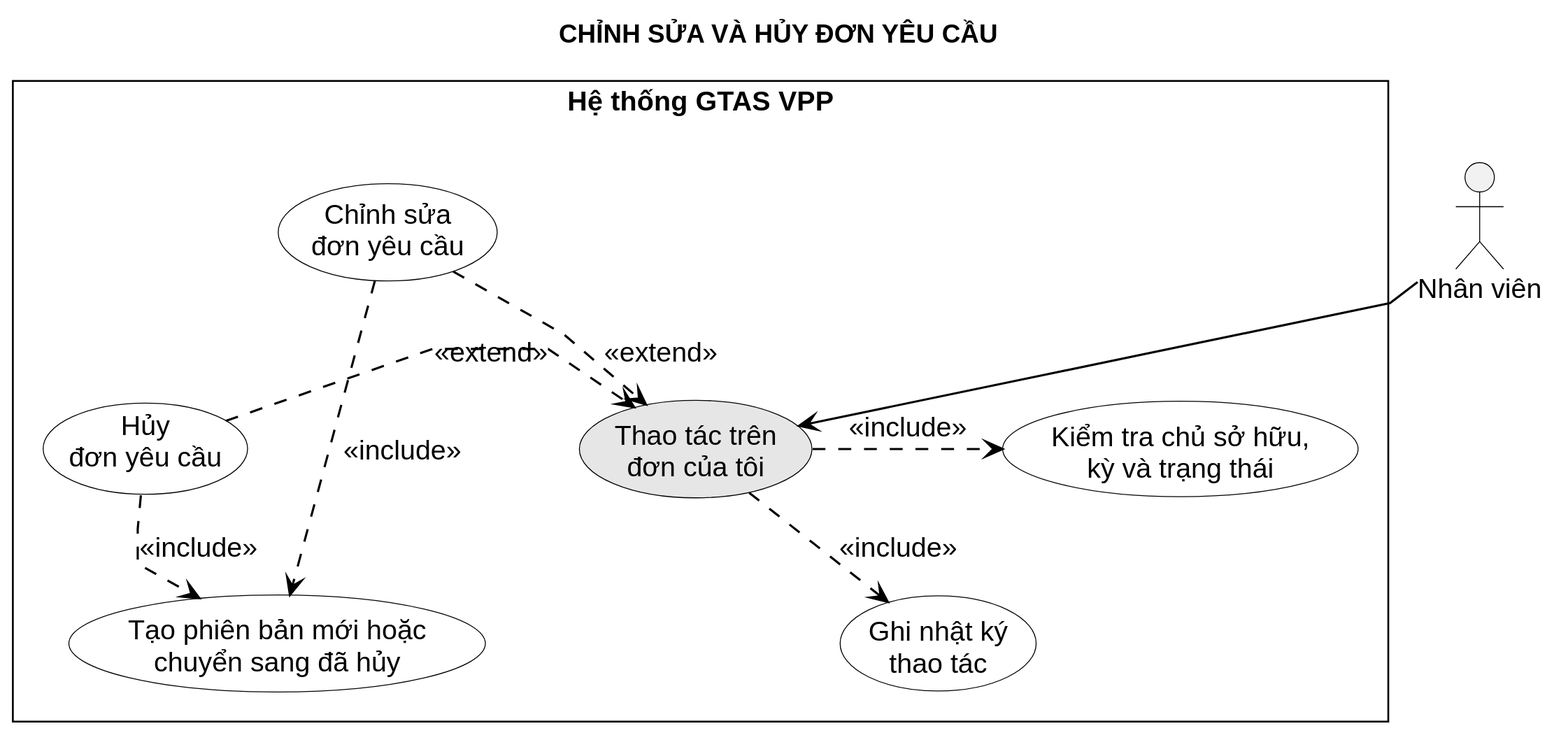
This is LVTN/diagrams/ch03/use-case-edit-cancel-request.svg from Miikey24s/gtas_vpp, a PlantUML export, as it was before one commit.
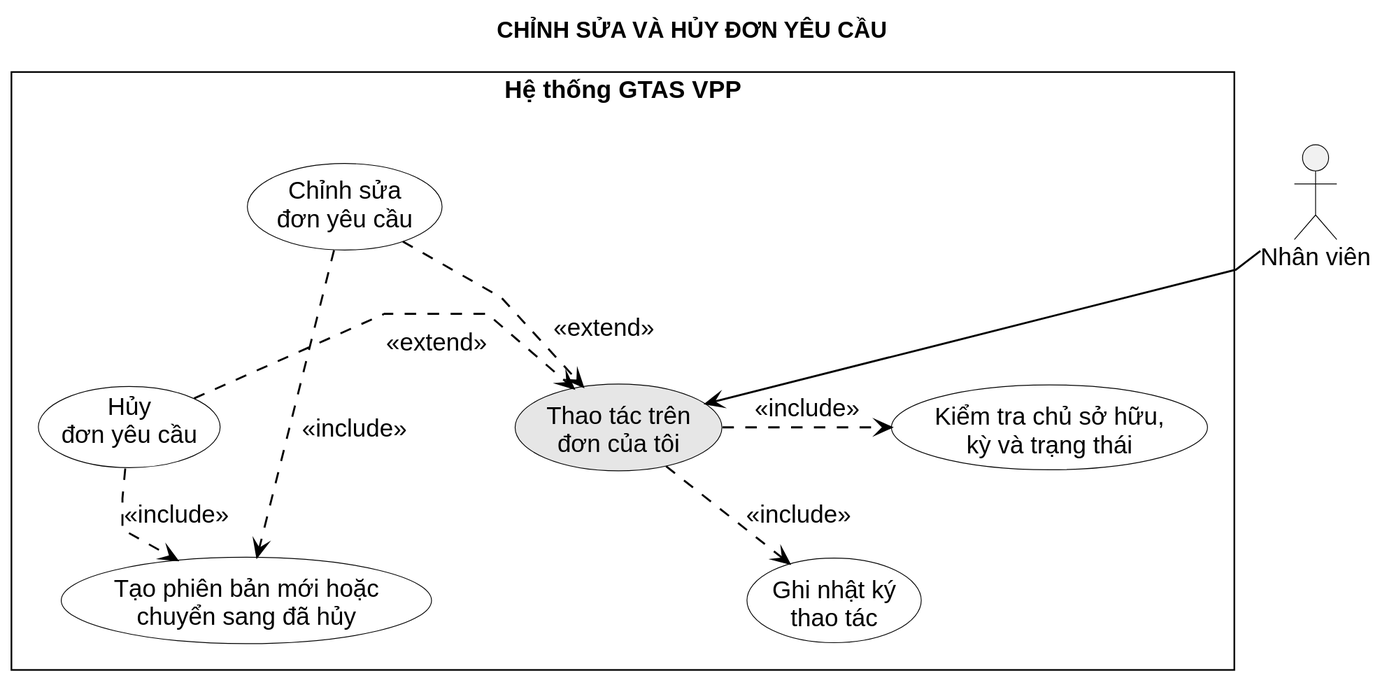
The same diagram one commit later.

Diff of the diagram source:
```diff
@@ -16,7 +16,7 @@
   Manage .> Check : <<include>>
   Manage .> Log : <<include>>
   Edit .> Manage : <<extend>>
-  Cancel .> Manage : <<extend>>
+  Cancel .right.> Manage : \n<<extend>>
   Edit .> Persist : <<include>>
   Cancel .> Persist : <<include>>
 
```
